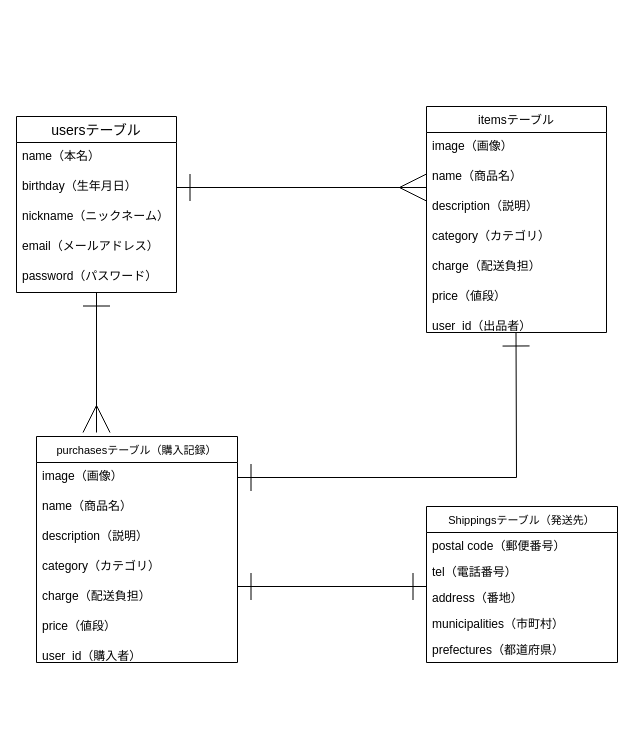
Earlier version of the draw.io diagram furima.dio (kotaro-ktr/furima-35485). Source tidied: cells renumbered, new cells numbered last; positions are measured from the earlier drawing's top-left corner, leaving out a move shared by most shapes. Both pictures are drawn from the tidied source at 100%, with x=0, y=0 at pixel (16, 106).
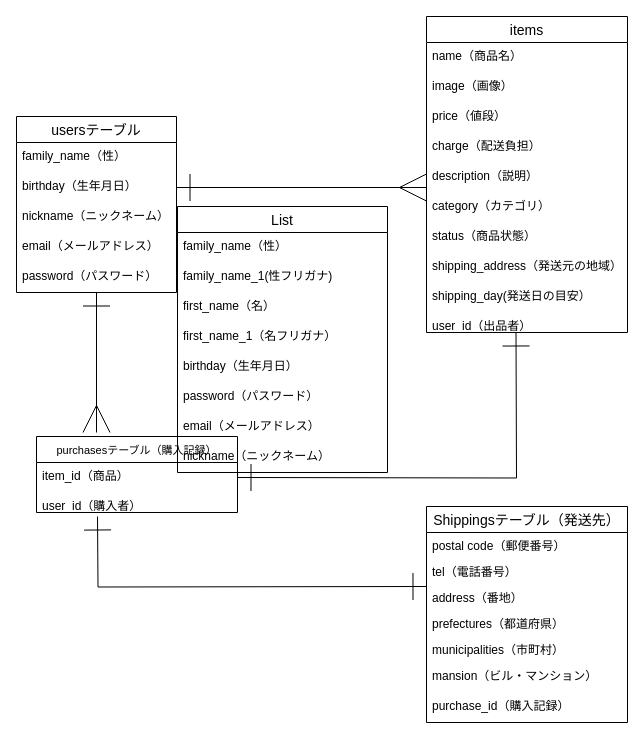
The same page after the edit.

Commit message (it also covers changes not shown here):
テーブル作成とER図作成２

The change refers to these unchanged cells:
```xml
<mxCell id="2" value="usersテーブル" style="swimlane;fontStyle=0;horizontal=1;startSize=26;align=center;fontSize=14;" parent="1" vertex="1">
  <mxGeometry y="10" width="160" height="176" as="geometry" />
</mxCell>
```

Change to the diagram source:
```diff
@@
-    <mxCell id="3" value="name（本名）" style="text;strokeColor=none;fillColor=none;spacingLeft=4;spacingRight=4;overflow=hidden;fontSize=12;" parent="2" vertex="1">
+    <mxCell id="3" value="family_name（性）" style="text;strokeColor=none;fillColor=none;spacingLeft=4;spacingRight=4;overflow=hidden;fontSize=12;" parent="2" vertex="1">
       <mxGeometry y="26" width="160" height="30" as="geometry" />
     </mxCell>
@@
-    <mxCell id="9" value="itemsテーブル" style="swimlane;fontStyle=0;horizontal=1;startSize=26;fillColor=none;" parent="1" vertex="1">
-      <mxGeometry x="410" width="180" height="226" as="geometry" />
-    </mxCell>
+    <mxCell id="17" style="rounded=0;orthogonalLoop=1;jettySize=auto;html=1;startArrow=ERone;startFill=0;endArrow=ERone;endFill=0;startSize=25;endSize=25;edgeStyle=orthogonalEdgeStyle;exitX=1;exitY=0.5;exitDx=0;exitDy=0;" parent="1" edge="1">
+      <mxGeometry x="117.5" y="36" as="geometry">
+        <mxPoint x="221" y="371" as="sourcePoint" />
+        <mxPoint x="499.5" y="226" as="targetPoint" />
+      </mxGeometry>
+    </mxCell>
+    <mxCell id="18" style="rounded=0;jettySize=auto;html=1;startArrow=ERmany;startFill=0;endArrow=ERone;endFill=0;startSize=25;endSize=25;" parent="1" edge="1" target="2">
+      <mxGeometry x="119" y="40" as="geometry">
+        <mxPoint x="80" y="326" as="sourcePoint" />
+      </mxGeometry>
+    </mxCell>
+    <mxCell id="25" value="purchasesテーブル（購入記録）" style="swimlane;fontStyle=0;horizontal=1;startSize=26;fillColor=none;fontSize=11;" parent="1" vertex="1">
+      <mxGeometry x="20" y="330" width="201" height="76" as="geometry" />
+    </mxCell>
+    <mxCell id="31" value="item_id（商品）" style="text;strokeColor=none;fillColor=none;spacingLeft=4;spacingRight=4;overflow=hidden;fontSize=12;" parent="25" vertex="1">
+      <mxGeometry y="26" width="201" height="30" as="geometry" />
+    </mxCell>
+    <mxCell id="32" value="user_id（購入者）" style="text;strokeColor=none;fillColor=none;spacingLeft=4;spacingRight=4;overflow=hidden;fontSize=12;" parent="25" vertex="1">
+      <mxGeometry y="56" width="201" height="20" as="geometry" />
+    </mxCell>
+    <mxCell id="33" style="rounded=0;orthogonalLoop=1;jettySize=auto;html=1;endArrow=ERone;endFill=0;startArrow=ERone;startFill=0;endSize=25;startSize=25;edgeStyle=orthogonalEdgeStyle;" parent="1" edge="1">
+      <mxGeometry x="119" y="439" as="geometry">
+        <mxPoint x="410" y="480" as="sourcePoint" />
+        <mxPoint x="81" y="410" as="targetPoint" />
+      </mxGeometry>
+    </mxCell>
+    <mxCell id="34" value="items" style="swimlane;fontStyle=0;horizontal=1;startSize=26;align=center;fontSize=14;" parent="1" vertex="1">
+      <mxGeometry x="410" y="-90" width="201" height="316" as="geometry" />
+    </mxCell>
+    <mxCell id="11" value="name（商品名）" style="text;strokeColor=none;fillColor=none;spacingLeft=4;spacingRight=4;overflow=hidden;fontSize=12;" parent="34" vertex="1">
+      <mxGeometry y="26" width="201" height="30" as="geometry" />
+    </mxCell>
-    <mxCell id="10" value="image（画像）" style="text;strokeColor=none;fillColor=none;spacingLeft=4;spacingRight=4;overflow=hidden;fontSize=12;" parent="9" vertex="1">
-      <mxGeometry y="26" width="180" height="30" as="geometry" />
+    <mxCell id="10" value="image（画像）" style="text;strokeColor=none;fillColor=none;spacingLeft=4;spacingRight=4;overflow=hidden;fontSize=12;" parent="34" vertex="1">
+      <mxGeometry y="56" width="201" height="30" as="geometry" />
     </mxCell>
-    <mxCell id="11" value="name（商品名）" style="text;strokeColor=none;fillColor=none;spacingLeft=4;spacingRight=4;overflow=hidden;fontSize=12;" parent="9" vertex="1">
-      <mxGeometry y="56" width="180" height="30" as="geometry" />
-    </mxCell>
+    <mxCell id="15" value="price（値段）" style="text;strokeColor=none;fillColor=none;spacingLeft=4;spacingRight=4;overflow=hidden;fontSize=12;" parent="34" vertex="1">
+      <mxGeometry y="86" width="201" height="30" as="geometry" />
+    </mxCell>
+    <mxCell id="14" value="charge（配送負担）" style="text;strokeColor=none;fillColor=none;spacingLeft=4;spacingRight=4;overflow=hidden;fontSize=12;" parent="34" vertex="1">
+      <mxGeometry y="116" width="201" height="30" as="geometry" />
+    </mxCell>
-    <mxCell id="12" value="description（説明）" style="text;strokeColor=none;fillColor=none;spacingLeft=4;spacingRight=4;overflow=hidden;fontSize=12;" parent="9" vertex="1">
-      <mxGeometry y="86" width="180" height="30" as="geometry" />
+    <mxCell id="12" value="description（説明）" style="text;strokeColor=none;fillColor=none;spacingLeft=4;spacingRight=4;overflow=hidden;fontSize=12;" parent="34" vertex="1">
+      <mxGeometry y="146" width="201" height="30" as="geometry" />
     </mxCell>
-    <mxCell id="13" value="category（カテゴリ）" style="text;strokeColor=none;fillColor=none;spacingLeft=4;spacingRight=4;overflow=hidden;fontSize=12;" parent="9" vertex="1">
-      <mxGeometry y="116" width="180" height="30" as="geometry" />
+    <mxCell id="13" value="category（カテゴリ）" style="text;strokeColor=none;fillColor=none;spacingLeft=4;spacingRight=4;overflow=hidden;fontSize=12;" parent="34" vertex="1">
+      <mxGeometry y="176" width="201" height="30" as="geometry" />
     </mxCell>
-    <mxCell id="14" value="charge（配送負担）" style="text;strokeColor=none;fillColor=none;spacingLeft=4;spacingRight=4;overflow=hidden;fontSize=12;" parent="9" vertex="1">
-      <mxGeometry y="146" width="180" height="30" as="geometry" />
-    </mxCell>
-    <mxCell id="15" value="price（値段）" style="text;strokeColor=none;fillColor=none;spacingLeft=4;spacingRight=4;overflow=hidden;fontSize=12;" parent="9" vertex="1">
-      <mxGeometry y="176" width="180" height="30" as="geometry" />
-    </mxCell>
+    <mxCell id="35" value="status（商品状態）" style="text;strokeColor=none;fillColor=none;spacingLeft=4;spacingRight=4;overflow=hidden;fontSize=12;" parent="34" vertex="1">
+      <mxGeometry y="206" width="201" height="30" as="geometry" />
+    </mxCell>
+    <mxCell id="36" value="shipping_address（発送元の地域）" style="text;strokeColor=none;fillColor=none;spacingLeft=4;spacingRight=4;overflow=hidden;fontSize=12;" parent="34" vertex="1">
+      <mxGeometry y="236" width="201" height="30" as="geometry" />
+    </mxCell>
+    <mxCell id="37" value="shipping_day(発送日の目安）" style="text;strokeColor=none;fillColor=none;spacingLeft=4;spacingRight=4;overflow=hidden;fontSize=12;" parent="34" vertex="1">
+      <mxGeometry y="266" width="201" height="30" as="geometry" />
+    </mxCell>
-    <mxCell id="16" value="user_id（出品者）" style="text;strokeColor=none;fillColor=none;spacingLeft=4;spacingRight=4;overflow=hidden;fontSize=12;" parent="9" vertex="1">
-      <mxGeometry y="206" width="180" height="20" as="geometry" />
+    <mxCell id="16" value="user_id（出品者）" style="text;strokeColor=none;fillColor=none;spacingLeft=4;spacingRight=4;overflow=hidden;fontSize=12;" parent="34" vertex="1">
+      <mxGeometry y="296" width="201" height="20" as="geometry" />
     </mxCell>
-    <mxCell id="17" style="rounded=0;jettySize=auto;html=1;startArrow=ERone;startFill=0;endArrow=ERone;endFill=0;startSize=25;endSize=25;edgeStyle=orthogonalEdgeStyle;exitX=1;exitY=0.5;exitDx=0;exitDy=0;" parent="1" edge="1" source="26">
-      <mxGeometry x="117.5" y="36" as="geometry">
-        <mxPoint x="499.5" y="226" as="targetPoint" />
-      </mxGeometry>
-    </mxCell>
-    <mxCell id="18" style="rounded=0;jettySize=auto;html=1;startArrow=ERmany;startFill=0;endArrow=ERone;endFill=0;startSize=25;endSize=25;" parent="1" edge="1" target="2">
-      <mxGeometry x="119" y="40" as="geometry">
-        <mxPoint x="80" y="326" as="sourcePoint" />
-      </mxGeometry>
-    </mxCell>
-    <mxCell id="19" value="Shippingsテーブル（発送先）" style="swimlane;fontStyle=0;horizontal=1;startSize=26;fillColor=none;fontSize=11;swimlaneLine=1;direction=east;" parent="1" vertex="1">
-      <mxGeometry x="410" y="400" width="191" height="156" as="geometry" />
+    <mxCell id="19" value="Shippingsテーブル（発送先）" style="swimlane;fontStyle=0;horizontal=1;startSize=26;align=center;fontSize=14;" parent="1" vertex="1">
+      <mxGeometry x="410" y="400" width="201" height="216" as="geometry" />
     </mxCell>
     <mxCell id="20" value="postal code（郵便番号）" style="text;strokeColor=none;fillColor=none;align=left;verticalAlign=top;spacingLeft=4;spacingRight=4;overflow=hidden;" parent="19" vertex="1">
-      <mxGeometry y="26" width="191" height="26" as="geometry" />
+      <mxGeometry y="26" width="201" height="26" as="geometry" />
     </mxCell>
     <mxCell id="21" value="tel（電話番号）" style="text;strokeColor=none;fillColor=none;align=left;verticalAlign=top;spacingLeft=4;spacingRight=4;overflow=hidden;" parent="19" vertex="1">
-      <mxGeometry y="52" width="191" height="26" as="geometry" />
+      <mxGeometry y="52" width="201" height="26" as="geometry" />
     </mxCell>
     <mxCell id="22" value="address（番地）" style="text;strokeColor=none;fillColor=none;align=left;verticalAlign=top;spacingLeft=4;spacingRight=4;overflow=hidden;" parent="19" vertex="1">
-      <mxGeometry y="78" width="191" height="26" as="geometry" />
+      <mxGeometry y="78" width="201" height="26" as="geometry" />
     </mxCell>
+    <mxCell id="24" value="prefectures（都道府県）" style="text;strokeColor=none;fillColor=none;align=left;verticalAlign=top;spacingLeft=4;spacingRight=4;overflow=hidden;" parent="19" vertex="1">
+      <mxGeometry y="104" width="201" height="26" as="geometry" />
+    </mxCell>
     <mxCell id="23" value="municipalities（市町村）" style="text;strokeColor=none;fillColor=none;align=left;verticalAlign=top;spacingLeft=4;spacingRight=4;overflow=hidden;imageAspect=0;" parent="19" vertex="1">
-      <mxGeometry y="104" width="191" height="26" as="geometry" />
+      <mxGeometry y="130" width="201" height="26" as="geometry" />
     </mxCell>
-    <mxCell id="24" value="prefectures（都道府県）" style="text;strokeColor=none;fillColor=none;align=left;verticalAlign=top;spacingLeft=4;spacingRight=4;overflow=hidden;" parent="19" vertex="1">
-      <mxGeometry y="130" width="191" height="26" as="geometry" />
-    </mxCell>
-    <mxCell id="25" value="purchasesテーブル（購入記録）" style="swimlane;fontStyle=0;horizontal=1;startSize=26;fillColor=none;fontSize=11;" parent="1" vertex="1">
-      <mxGeometry x="20" y="330" width="201" height="226" as="geometry" />
-    </mxCell>
-    <mxCell id="26" value="image（画像）" style="text;strokeColor=none;fillColor=none;spacingLeft=4;spacingRight=4;overflow=hidden;points=[[0,0.5],[1,0.5]];portConstraint=eastwest;fontSize=12;" parent="25" vertex="1">
-      <mxGeometry y="26" width="201" height="30" as="geometry" />
-    </mxCell>
-    <mxCell id="27" value="name（商品名）" style="text;strokeColor=none;fillColor=none;spacingLeft=4;spacingRight=4;overflow=hidden;fontSize=12;" parent="25" vertex="1">
-      <mxGeometry y="56" width="201" height="30" as="geometry" />
-    </mxCell>
-    <mxCell id="28" value="description（説明）" style="text;strokeColor=none;fillColor=none;spacingLeft=4;spacingRight=4;overflow=hidden;fontSize=12;" parent="25" vertex="1">
-      <mxGeometry y="86" width="201" height="30" as="geometry" />
-    </mxCell>
-    <mxCell id="29" value="category（カテゴリ）" style="text;strokeColor=none;fillColor=none;spacingLeft=4;spacingRight=4;overflow=hidden;fontSize=12;" parent="25" vertex="1">
-      <mxGeometry y="116" width="201" height="30" as="geometry" />
-    </mxCell>
-    <mxCell id="30" value="charge（配送負担）" style="text;strokeColor=none;fillColor=none;spacingLeft=4;spacingRight=4;overflow=hidden;fontSize=12;" parent="25" vertex="1">
-      <mxGeometry y="146" width="201" height="30" as="geometry" />
-    </mxCell>
-    <mxCell id="31" value="price（値段）" style="text;strokeColor=none;fillColor=none;spacingLeft=4;spacingRight=4;overflow=hidden;fontSize=12;" parent="25" vertex="1">
-      <mxGeometry y="176" width="201" height="30" as="geometry" />
-    </mxCell>
-    <mxCell id="32" value="user_id（購入者）" style="text;strokeColor=none;fillColor=none;spacingLeft=4;spacingRight=4;overflow=hidden;fontSize=12;" parent="25" vertex="1">
-      <mxGeometry y="206" width="201" height="20" as="geometry" />
-    </mxCell>
-    <mxCell id="33" style="rounded=0;orthogonalLoop=1;jettySize=auto;html=1;endArrow=ERone;endFill=0;startArrow=ERone;startFill=0;endSize=25;startSize=25;" parent="1" edge="1">
-      <mxGeometry x="119" y="439" as="geometry">
-        <mxPoint x="410" y="480" as="sourcePoint" />
-        <mxPoint x="221" y="480" as="targetPoint" />
-      </mxGeometry>
-    </mxCell>
+    <mxCell id="38" value="mansion（ビル・マンション）" style="text;strokeColor=none;fillColor=none;spacingLeft=4;spacingRight=4;overflow=hidden;fontSize=12;" parent="19" vertex="1">
+      <mxGeometry y="156" width="201" height="30" as="geometry" />
+    </mxCell>
+    <mxCell id="39" value="purchase_id（購入記録）" style="text;strokeColor=none;fillColor=none;spacingLeft=4;spacingRight=4;overflow=hidden;fontSize=12;" parent="19" vertex="1">
+      <mxGeometry y="186" width="201" height="30" as="geometry" />
+    </mxCell>
+    <mxCell id="40" value="List" style="swimlane;fontStyle=0;horizontal=1;startSize=26;align=center;fontSize=14;" parent="1" vertex="1">
+      <mxGeometry x="161" y="100" width="210" height="266" as="geometry" />
+    </mxCell>
+    <mxCell id="41" value="family_name（性）" style="text;strokeColor=none;fillColor=none;spacingLeft=4;spacingRight=4;overflow=hidden;fontSize=12;" parent="40" vertex="1">
+      <mxGeometry y="26" width="210" height="30" as="geometry" />
+    </mxCell>
+    <mxCell id="42" value="family_name_1(性フリガナ)" style="text;strokeColor=none;fillColor=none;spacingLeft=4;spacingRight=4;overflow=hidden;fontSize=12;" parent="40" vertex="1">
+      <mxGeometry y="56" width="210" height="30" as="geometry" />
+    </mxCell>
+    <mxCell id="43" value="first_name（名）" style="text;strokeColor=none;fillColor=none;spacingLeft=4;spacingRight=4;overflow=hidden;fontSize=12;" parent="40" vertex="1">
+      <mxGeometry y="86" width="210" height="30" as="geometry" />
+    </mxCell>
+    <mxCell id="44" value="first_name_1（名フリガナ）" style="text;strokeColor=none;fillColor=none;spacingLeft=4;spacingRight=4;overflow=hidden;fontSize=12;" parent="40" vertex="1">
+      <mxGeometry y="116" width="210" height="30" as="geometry" />
+    </mxCell>
+    <mxCell id="45" value="birthday（生年月日）" style="text;strokeColor=none;fillColor=none;spacingLeft=4;spacingRight=4;overflow=hidden;fontSize=12;" parent="40" vertex="1">
+      <mxGeometry y="146" width="210" height="30" as="geometry" />
+    </mxCell>
+    <mxCell id="46" value="password（パスワード）" style="text;strokeColor=none;fillColor=none;spacingLeft=4;spacingRight=4;overflow=hidden;fontSize=12;" parent="40" vertex="1">
+      <mxGeometry y="176" width="210" height="30" as="geometry" />
+    </mxCell>
+    <mxCell id="47" value="email（メールアドレス）" style="text;strokeColor=none;fillColor=none;spacingLeft=4;spacingRight=4;overflow=hidden;fontSize=12;" parent="40" vertex="1">
+      <mxGeometry y="206" width="210" height="30" as="geometry" />
+    </mxCell>
+    <mxCell id="48" value="nickname（ニックネーム）" style="text;strokeColor=none;fillColor=none;spacingLeft=4;spacingRight=4;overflow=hidden;fontSize=12;" parent="40" vertex="1">
+      <mxGeometry y="236" width="210" height="30" as="geometry" />
+    </mxCell>
```
